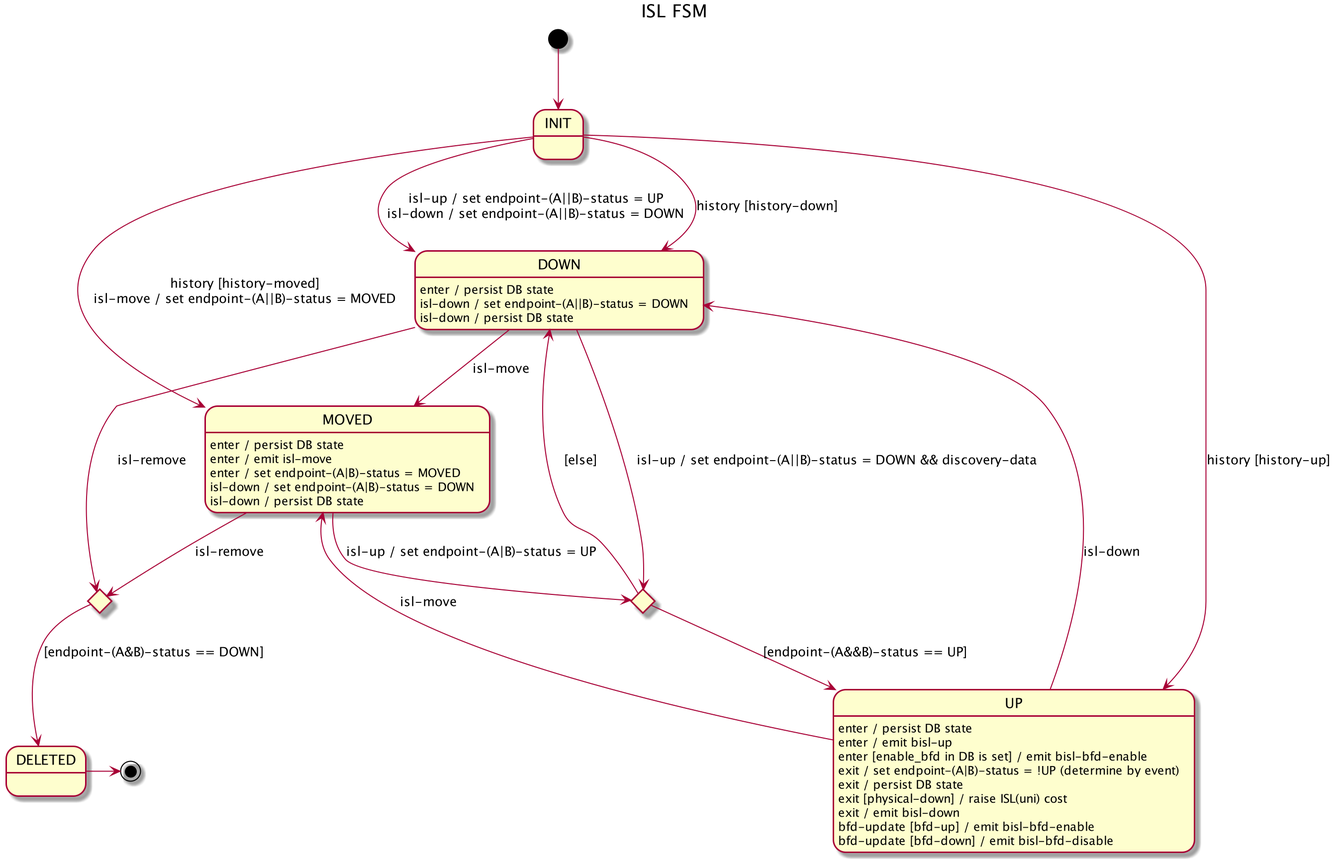
Before: docs/design/network-discovery/ISL-FSM.png, a diagram exported from PlantUML (telstra/open-kilda).
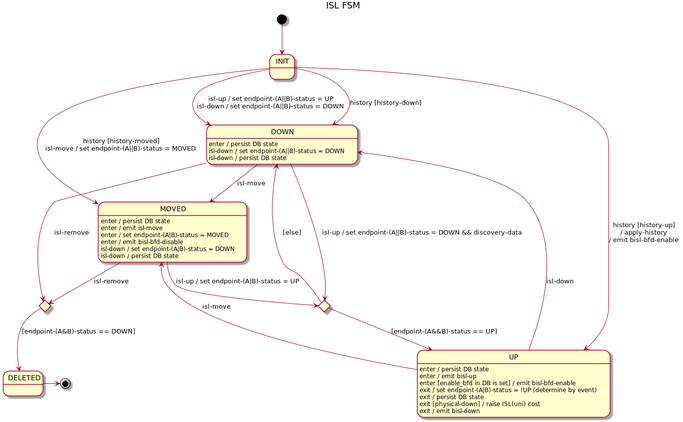
The same file after the commit.

Diff of the diagram source:
```diff
@@ -5,7 +5,7 @@
 
 INIT --> DOWN : isl-up / set endpoint-(A||B)-status = UP\nisl-down / set endpoint-(A||B)-status = DOWN
 INIT --> DOWN : history [history-down]
-INIT --> UP : history [history-up]
+INIT --> UP : history [history-up]\n/ apply-history\n/ emit bisl-bfd-enable
 INIT --> MOVED : history [history-moved]\nisl-move / set endpoint-(A||B)-status = MOVED
 
 state upAttempt <<choice>>
@@ -31,14 +31,13 @@
 UP : exit / persist DB state
 UP : exit [physical-down] / raise ISL(uni) cost
 UP : exit / emit bisl-down
-UP : bfd-update [bfd-up] / emit bisl-bfd-enable
-UP : bfd-update [bfd-down] / emit bisl-bfd-disable
 
 MOVED --> upAttempt : isl-up / set endpoint-(A|B)-status = UP
 MOVED --> deleteAttempt : isl-remove
 MOVED : enter / persist DB state
 MOVED : enter / emit isl-move
 MOVED : enter / set endpoint-(A|B)-status = MOVED
+MOVED : enter / emit bisl-bfd-disable
 MOVED : isl-down / set endpoint-(A|B)-status = DOWN
 MOVED : isl-down / persist DB state
 
```
